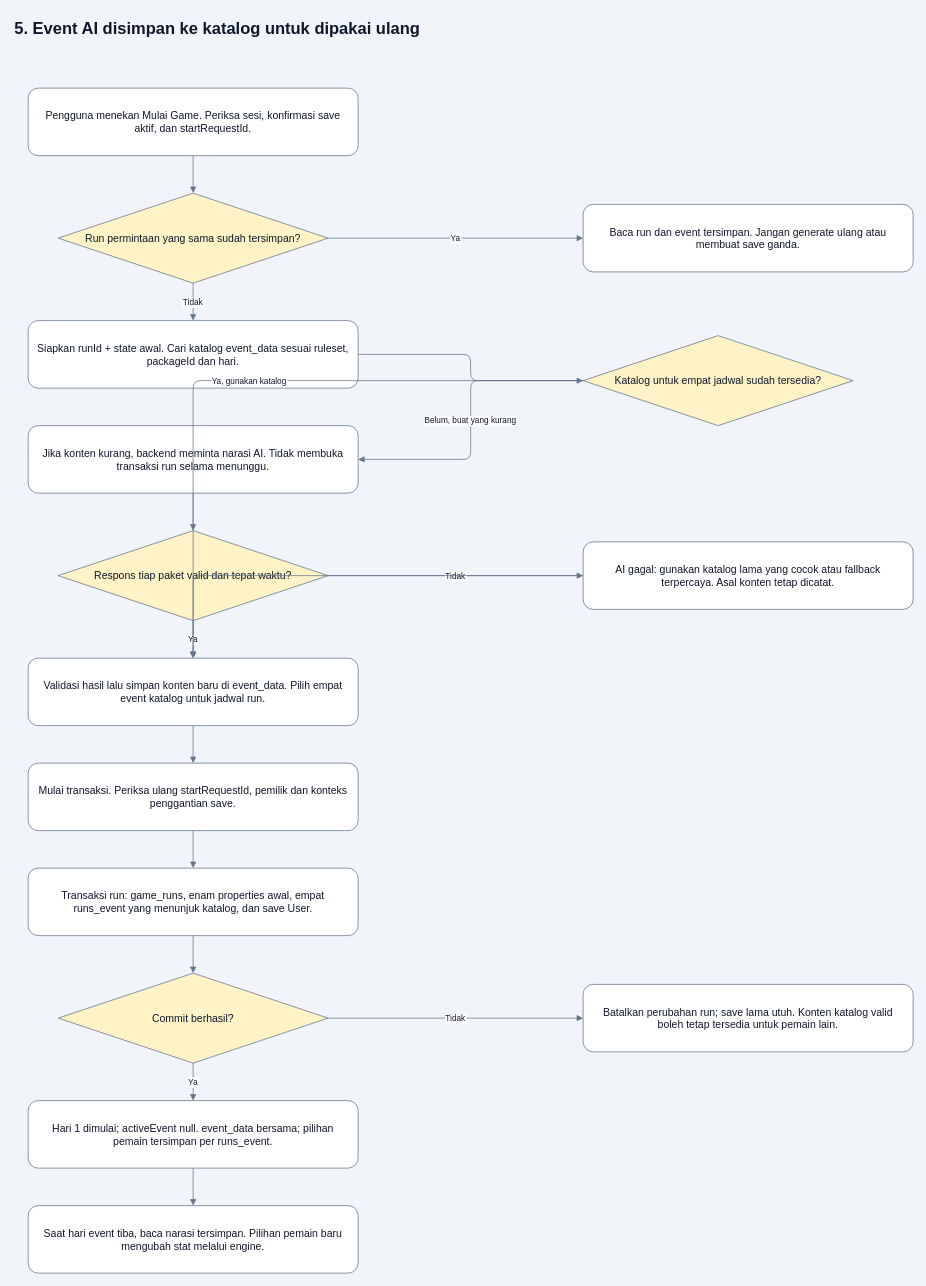
The draw.io diagram page "5. Mulai Game dan AI" (5 of 6) of docs/database/database_flow.drawio in Three-Musketeers-Hacktiv/Final-Project, before the edit. Source tidied: cells renumbered, new cells numbered last; positions are measured from the earlier drawing's top-left corner, leaving out a move shared by most shapes. Both pictures are drawn from the tidied source at 75%, with x=0, y=0 at pixel (13, 13).
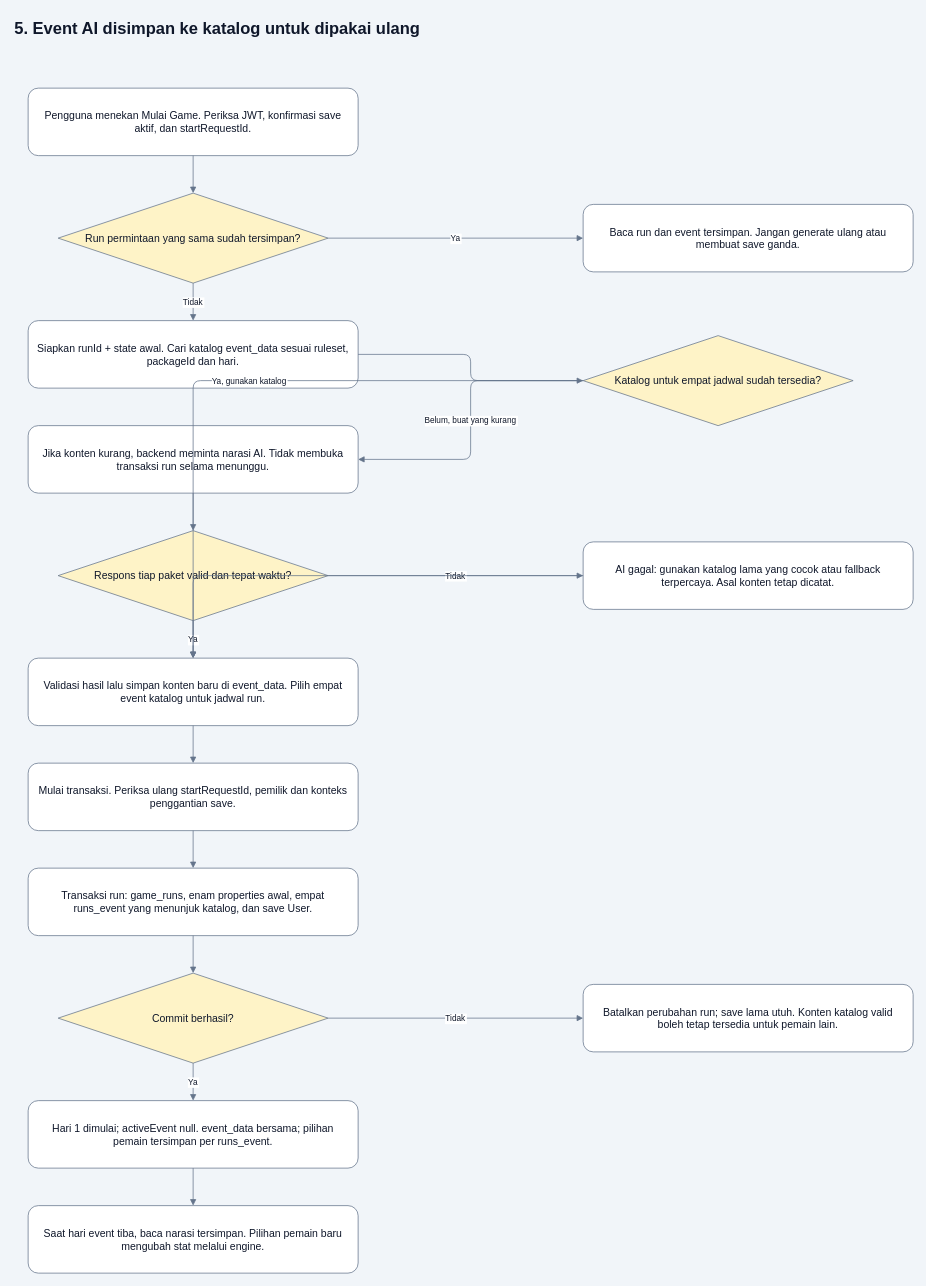
After the change.

What changed in the source:
```diff
@@
-    <mxCell id="3" value="Pengguna menekan Mulai Game. Periksa sesi, konfirmasi save aktif, dan startRequestId." style="rounded=1;whiteSpace=wrap;html=0;fillColor=#ffffff;strokeColor=#64748b;fontColor=#0f172a;fontSize=14;spacing=10;" parent="1" vertex="1">
+    <mxCell id="3" value="Pengguna menekan Mulai Game. Periksa JWT, konfirmasi save aktif, dan startRequestId." style="rounded=1;whiteSpace=wrap;html=0;fillColor=#ffffff;strokeColor=#64748b;fontColor=#0f172a;fontSize=14;spacing=10;" parent="1" vertex="1">
       <mxGeometry x="20" y="100" width="440" height="90" as="geometry" />
     </mxCell>
```
